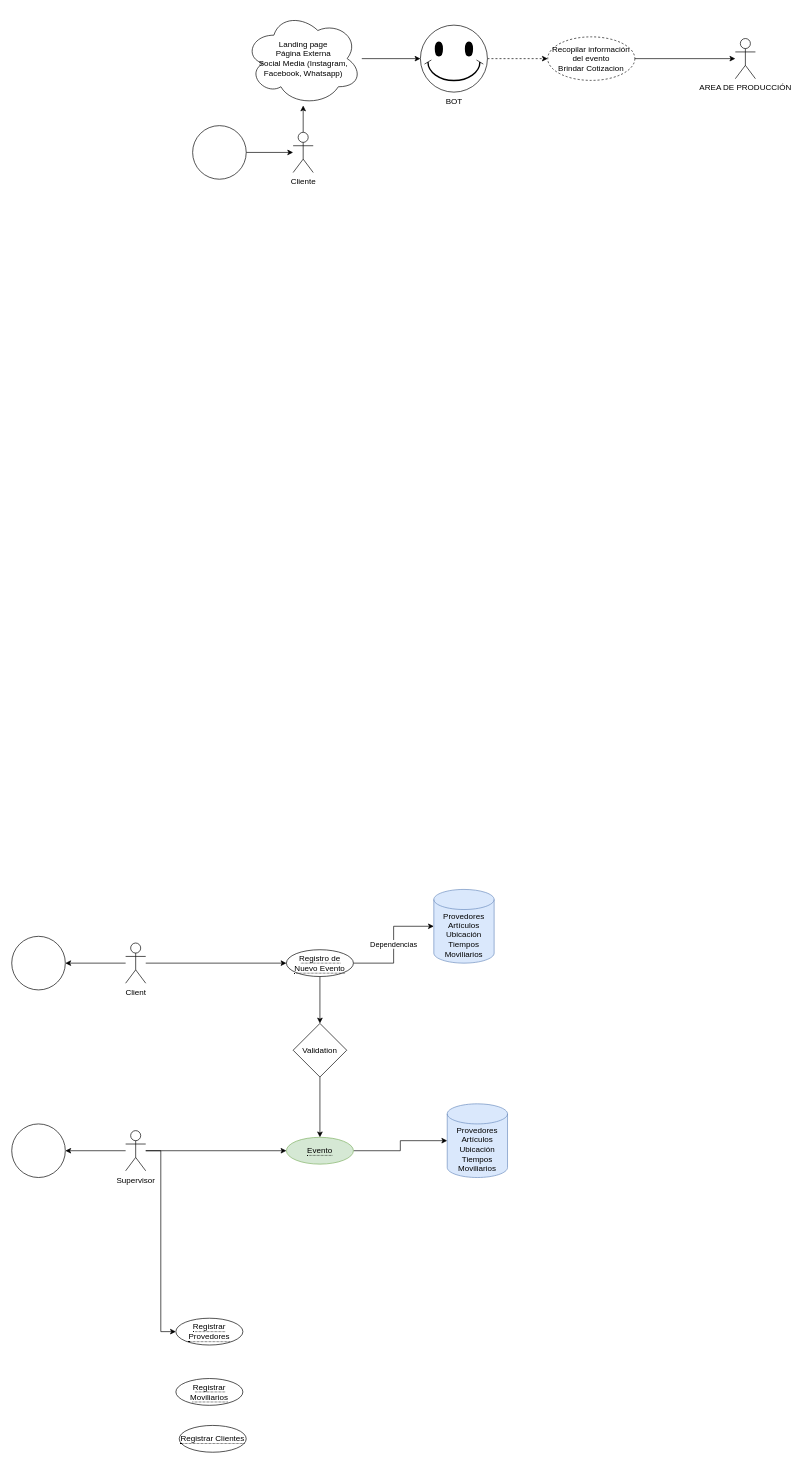
This is P-Party Child/Use Case Party Child.drawio from JalzDeLezZ/Draw-io, a draw.io file, before an edit. Source tidied: cells renumbered, new cells numbered last; positions are measured from the earlier drawing's top-left corner, leaving out a move shared by most shapes. Both pictures are drawn from the tidied source at 67%, with x=0, y=0 at pixel (11, 11).
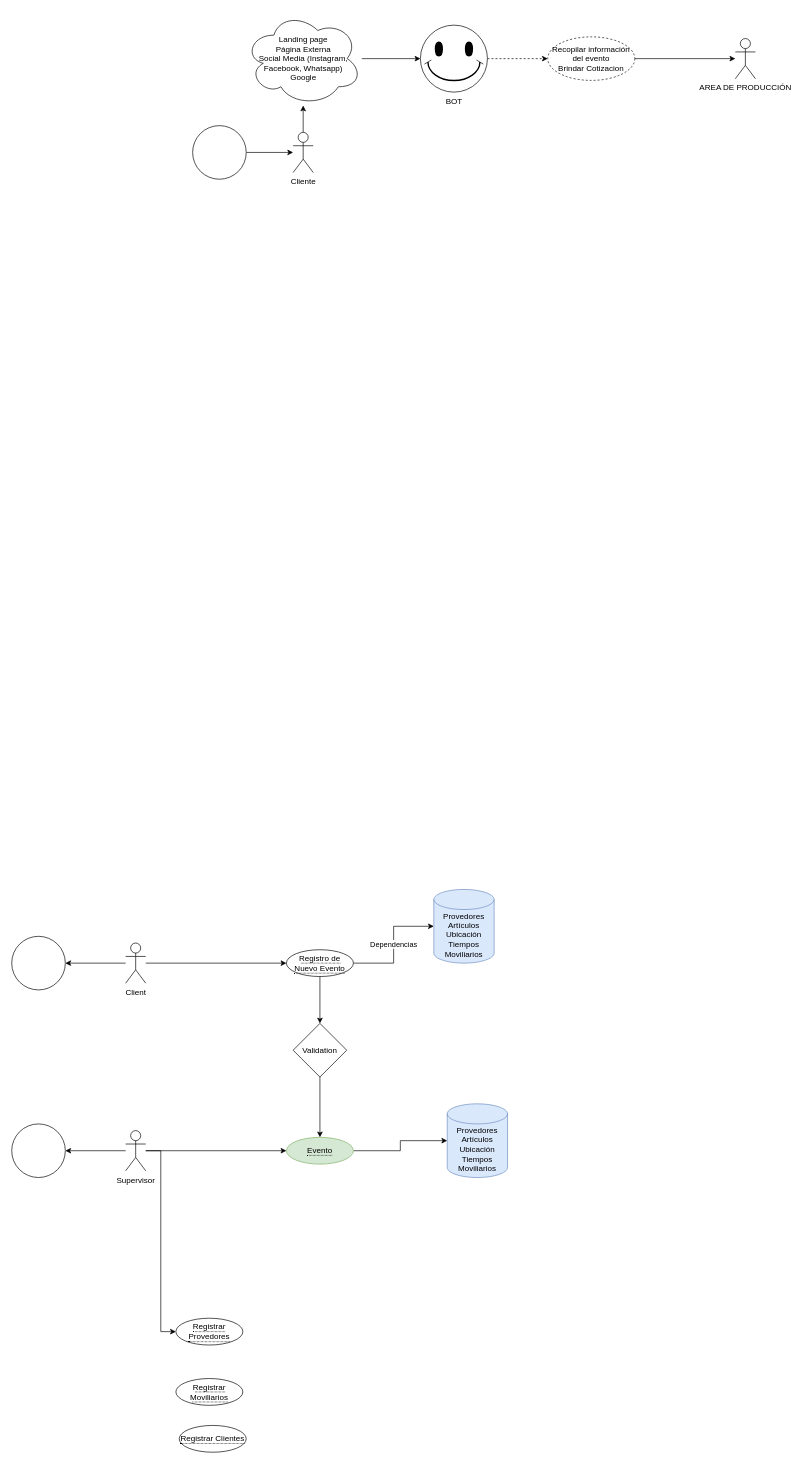
The same page after the edit.

Change to the diagram source:
```diff
@@
-    <mxCell id="12" value="Landing page&lt;br&gt;Página Externa&lt;br&gt;Social Media (Instagram, Facebook, Whatsapp)" style="ellipse;shape=cloud;whiteSpace=wrap;html=1;" parent="1" vertex="1">
+    <mxCell id="12" value="Landing page&lt;br&gt;Página Externa&lt;br&gt;Social Media (Instagram, Facebook, Whatsapp)&lt;br&gt;Google" style="ellipse;shape=cloud;whiteSpace=wrap;html=1;" parent="1" vertex="1">
       <mxGeometry x="347.5" width="175" height="140" as="geometry" />
     </mxCell>
```
